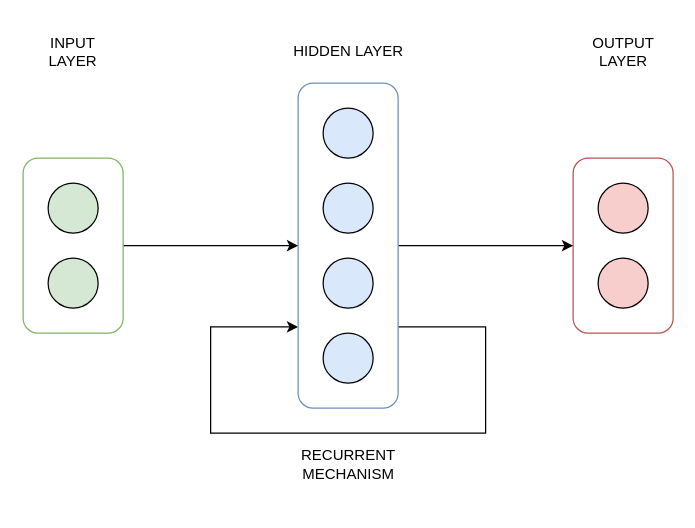
SimoneSartoni/POST---NLP-for-KT keeps this draw.io diagram as Knowledge_Tracing/analysis_and_results/drawio schemes/Recurrent Neural Network.drawio. Above is the earlier version. Source tidied: cells renumbered, new cells numbered last; positions are measured from the earlier drawing's top-left corner, leaving out a move shared by most shapes. Both pictures are drawn from the tidied source at 125%, with x=0, y=0 at pixel (22, 32).
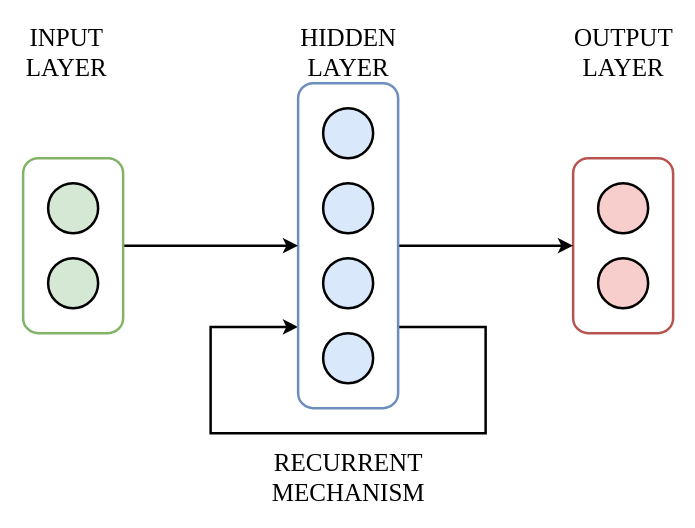
The same diagram, later.

Change to the diagram source:
```diff
@@
-    <mxCell id="2" style="rounded=1;whiteSpace=wrap;html=1;fillColor=none;strokeColor=#b85450;" parent="1" vertex="1">
+    <mxCell id="2" style="rounded=1;whiteSpace=wrap;html=1;fillColor=none;strokeColor=#b85450;strokeWidth=2;" parent="1" vertex="1">
       <mxGeometry x="440" y="100" width="80" height="140" as="geometry" />
     </mxCell>
-    <mxCell id="3" style="edgeStyle=none;rounded=0;jettySize=auto;html=1;entryX=0;entryY=0.5;entryDx=0;entryDy=0;endArrow=classic;endFill=1;" parent="1" edge="1" source="5" target="2">
+    <mxCell id="3" style="edgeStyle=none;rounded=0;jettySize=auto;html=1;entryX=0;entryY=0.5;entryDx=0;entryDy=0;endArrow=classic;endFill=1;strokeWidth=2;" parent="1" edge="1" source="5" target="2">
       <mxGeometry relative="1" as="geometry" />
     </mxCell>
-    <mxCell id="4" style="edgeStyle=none;rounded=0;orthogonalLoop=1;jettySize=auto;html=1;endArrow=classic;endFill=1;exitX=1;exitY=0.75;exitDx=0;exitDy=0;entryX=0;entryY=0.75;entryDx=0;entryDy=0;" parent="1" edge="1" source="5" target="5">
+    <mxCell id="4" style="edgeStyle=none;rounded=0;orthogonalLoop=1;jettySize=auto;html=1;endArrow=classic;endFill=1;exitX=1;exitY=0.75;exitDx=0;exitDy=0;entryX=0;entryY=0.75;entryDx=0;entryDy=0;strokeWidth=2;" parent="1" edge="1" source="5" target="5">
       <mxGeometry relative="1" as="geometry">
         <Array as="points">
           <mxPoint x="370" y="235" />
           <mxPoint x="370" y="320" />
           <mxPoint x="150" y="320" />
           <mxPoint x="150" y="235" />
         </Array>
       </mxGeometry>
     </mxCell>
-    <mxCell id="5" style="rounded=1;whiteSpace=wrap;html=1;fillColor=none;strokeColor=#6c8ebf;" parent="1" vertex="1">
+    <mxCell id="5" style="rounded=1;whiteSpace=wrap;html=1;fillColor=none;strokeColor=#6c8ebf;strokeWidth=2;" parent="1" vertex="1">
       <mxGeometry x="220" y="40" width="80" height="260" as="geometry" />
     </mxCell>
-    <mxCell id="6" style="edgeStyle=none;rounded=0;jettySize=auto;html=1;entryX=0;entryY=0.5;entryDx=0;entryDy=0;endArrow=classic;endFill=1;" parent="1" edge="1" source="7" target="5">
+    <mxCell id="6" style="edgeStyle=none;rounded=0;jettySize=auto;html=1;entryX=0;entryY=0.5;entryDx=0;entryDy=0;endArrow=classic;endFill=1;strokeWidth=2;" parent="1" edge="1" source="7" target="5">
       <mxGeometry relative="1" as="geometry" />
     </mxCell>
-    <mxCell id="7" style="rounded=1;whiteSpace=wrap;html=1;fillColor=none;strokeColor=#82b366;" parent="1" vertex="1">
+    <mxCell id="7" style="rounded=1;whiteSpace=wrap;html=1;fillColor=none;strokeColor=#82b366;strokeWidth=2;" parent="1" vertex="1">
       <mxGeometry y="100" width="80" height="140" as="geometry" />
     </mxCell>
-    <mxCell id="8" style="ellipse;whiteSpace=wrap;html=1;fillColor=#d5e8d4;strokeColor=#000000;" parent="1" vertex="1">
+    <mxCell id="8" style="ellipse;whiteSpace=wrap;html=1;fillColor=#d5e8d4;strokeColor=#000000;strokeWidth=2;" parent="1" vertex="1">
       <mxGeometry x="20" y="120" width="40" height="40" as="geometry" />
     </mxCell>
-    <mxCell id="9" style="ellipse;whiteSpace=wrap;html=1;fillColor=#dae8fc;strokeColor=#000000;" parent="1" vertex="1">
+    <mxCell id="9" style="ellipse;whiteSpace=wrap;html=1;fillColor=#dae8fc;strokeColor=#000000;strokeWidth=2;" parent="1" vertex="1">
       <mxGeometry x="240" y="120" width="40" height="40" as="geometry" />
     </mxCell>
-    <mxCell id="10" style="ellipse;whiteSpace=wrap;html=1;fillColor=#f8cecc;strokeColor=#000000;" parent="1" vertex="1">
+    <mxCell id="10" style="ellipse;whiteSpace=wrap;html=1;fillColor=#f8cecc;strokeColor=#000000;strokeWidth=2;" parent="1" vertex="1">
       <mxGeometry x="460" y="120" width="40" height="40" as="geometry" />
     </mxCell>
-    <mxCell id="11" style="ellipse;whiteSpace=wrap;html=1;fillColor=#d5e8d4;strokeColor=#000000;" parent="1" vertex="1">
+    <mxCell id="11" style="ellipse;whiteSpace=wrap;html=1;fillColor=#d5e8d4;strokeColor=#000000;strokeWidth=2;" parent="1" vertex="1">
       <mxGeometry x="20" y="180" width="40" height="40" as="geometry" />
     </mxCell>
-    <mxCell id="12" style="ellipse;whiteSpace=wrap;html=1;fillColor=#dae8fc;strokeColor=#000000;" parent="1" vertex="1">
+    <mxCell id="12" style="ellipse;whiteSpace=wrap;html=1;fillColor=#dae8fc;strokeColor=#000000;strokeWidth=2;" parent="1" vertex="1">
       <mxGeometry x="240" y="180" width="40" height="40" as="geometry" />
     </mxCell>
-    <mxCell id="13" style="ellipse;whiteSpace=wrap;html=1;fillColor=#f8cecc;strokeColor=#000000;" parent="1" vertex="1">
+    <mxCell id="13" style="ellipse;whiteSpace=wrap;html=1;fillColor=#f8cecc;strokeColor=#000000;strokeWidth=2;" parent="1" vertex="1">
       <mxGeometry x="460" y="180" width="40" height="40" as="geometry" />
     </mxCell>
-    <mxCell id="14" value="INPUT LAYER" style="text;html=1;strokeColor=none;fillColor=none;align=center;verticalAlign=middle;whiteSpace=wrap;rounded=0;" parent="1" vertex="1">
-      <mxGeometry x="5" width="70" height="30" as="geometry" />
+    <mxCell id="14" value="INPUT LAYER" style="text;html=1;strokeColor=none;fillColor=none;align=center;verticalAlign=middle;whiteSpace=wrap;rounded=0;fontFamily=Times New Roman;fontSize=20;" parent="1" vertex="1">
+      <mxGeometry width="70" height="30" as="geometry" />
     </mxCell>
-    <mxCell id="15" value="HIDDEN LAYER" style="text;html=1;strokeColor=none;fillColor=none;align=center;verticalAlign=middle;whiteSpace=wrap;rounded=0;" parent="1" vertex="1">
+    <mxCell id="15" value="HIDDEN LAYER" style="text;html=1;strokeColor=none;fillColor=none;align=center;verticalAlign=middle;whiteSpace=wrap;rounded=0;fontFamily=Times New Roman;fontSize=20;" parent="1" vertex="1">
       <mxGeometry x="212.5" width="95" height="30" as="geometry" />
     </mxCell>
-    <mxCell id="16" value="OUTPUT LAYER" style="text;html=1;strokeColor=none;fillColor=none;align=center;verticalAlign=middle;whiteSpace=wrap;rounded=0;" parent="1" vertex="1">
+    <mxCell id="16" value="OUTPUT LAYER" style="text;html=1;strokeColor=none;fillColor=none;align=center;verticalAlign=middle;whiteSpace=wrap;rounded=0;fontFamily=Times New Roman;fontSize=20;" parent="1" vertex="1">
       <mxGeometry x="442.5" width="75" height="30" as="geometry" />
     </mxCell>
-    <mxCell id="17" style="ellipse;whiteSpace=wrap;html=1;fillColor=#dae8fc;strokeColor=#000000;" parent="1" vertex="1">
+    <mxCell id="17" style="ellipse;whiteSpace=wrap;html=1;fillColor=#dae8fc;strokeColor=#000000;strokeWidth=2;" parent="1" vertex="1">
       <mxGeometry x="240" y="60" width="40" height="40" as="geometry" />
     </mxCell>
-    <mxCell id="18" style="ellipse;whiteSpace=wrap;html=1;fillColor=#dae8fc;strokeColor=#000000;" parent="1" vertex="1">
+    <mxCell id="18" style="ellipse;whiteSpace=wrap;html=1;fillColor=#dae8fc;strokeColor=#000000;strokeWidth=2;" parent="1" vertex="1">
       <mxGeometry x="240" y="240" width="40" height="40" as="geometry" />
     </mxCell>
-    <mxCell id="19" value="RECURRENT MECHANISM" style="text;html=1;strokeColor=none;fillColor=none;align=center;verticalAlign=middle;whiteSpace=wrap;rounded=0;" parent="1" vertex="1">
-      <mxGeometry x="212.5" y="330" width="95" height="30" as="geometry" />
+    <mxCell id="19" value="RECURRENT MECHANISM" style="text;html=1;strokeColor=none;fillColor=none;align=center;verticalAlign=middle;whiteSpace=wrap;rounded=0;fontFamily=Times New Roman;fontSize=20;strokeWidth=2;" parent="1" vertex="1">
+      <mxGeometry x="212.5" y="340" width="95" height="30" as="geometry" />
     </mxCell>
```
